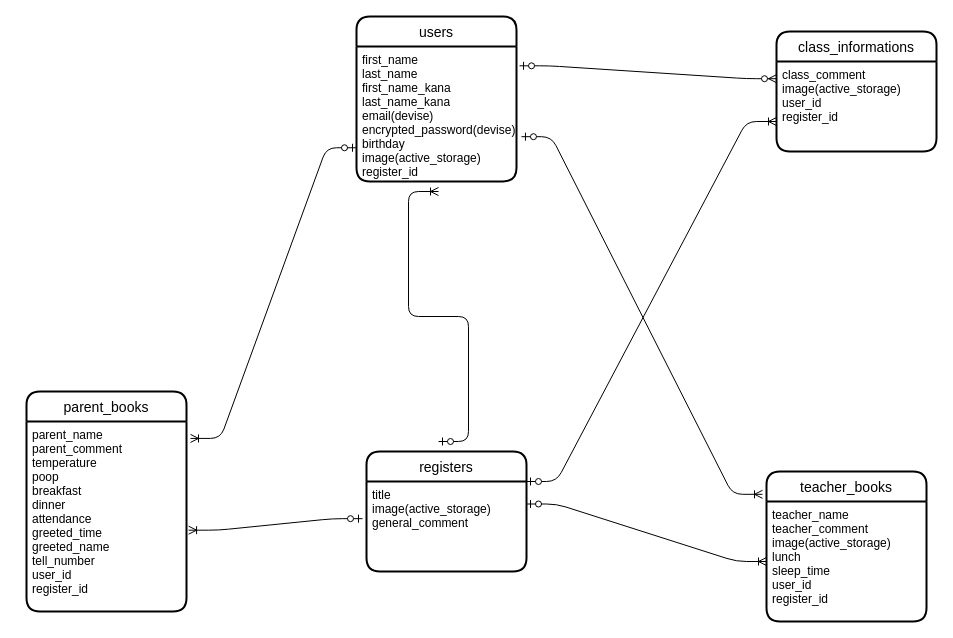
Earlier version of the draw.io diagram page "ページ1" (1 of 2) of app/contact.dio (JukiyaKikuchi/contact). Source tidied: cells renumbered, new cells numbered last; positions are measured from the earlier drawing's top-left corner, leaving out a move shared by most shapes. Both pictures are drawn from the tidied source at 100%, with x=0, y=0 at pixel (26, 16).
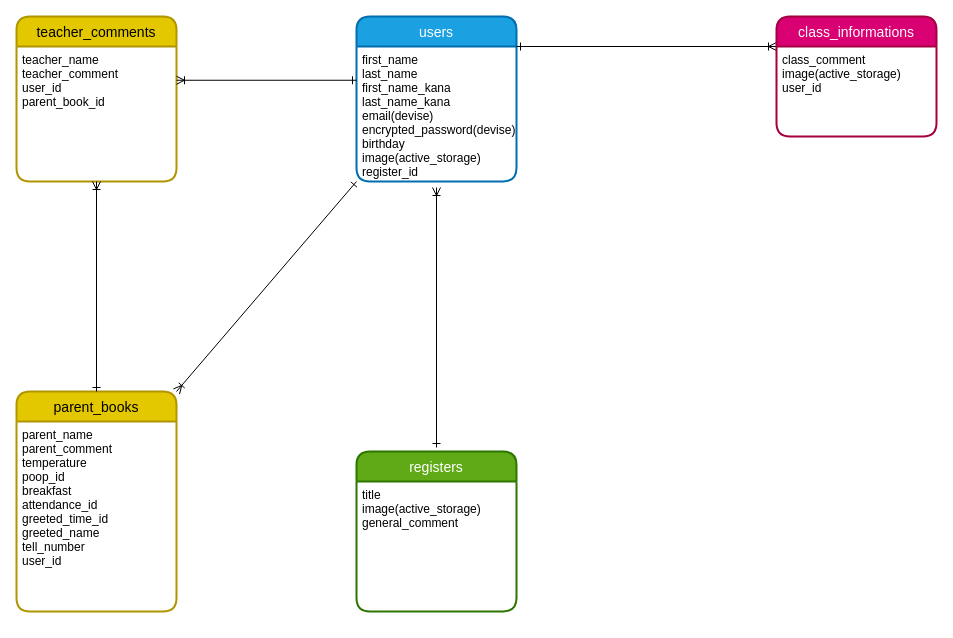
The same page after the edit.

Unchanged cells that the change refers to:
```xml
<mxCell id="3" value="first_name&#10;last_name&#10;first_name_kana&#10;last_name_kana&#10;email(devise)&#10;encrypted_password(devise)&#10;birthday&#10;image(active_storage)&#10;register_id" style="align=left;strokeColor=none;fillColor=none;spacingLeft=4;fontSize=12;verticalAlign=top;" parent="2" vertex="1">
  <mxGeometry y="30" width="160" height="135" as="geometry" />
</mxCell>
```

The edit, as a diff of the source:
```diff
@@
-    <mxCell id="2" value="users" style="swimlane;horizontal=1;startSize=30;rounded=1;fontSize=14;fontStyle=0;strokeWidth=2;shadow=0;dashed=0;align=center;" parent="1" vertex="1">
+    <mxCell id="2" value="users" style="swimlane;horizontal=1;startSize=30;rounded=1;fontSize=14;fontStyle=0;strokeWidth=2;shadow=0;dashed=0;align=center;fillColor=#1ba1e2;fontColor=#ffffff;strokeColor=#006EAF;" parent="1" vertex="1">
       <mxGeometry x="330" width="160" height="165" as="geometry" />
     </mxCell>
@@
+    <mxCell id="19" style="edgeStyle=none;shape=connector;rounded=1;html=1;exitX=0;exitY=0;exitDx=0;exitDy=0;entryX=1;entryY=0;entryDx=0;entryDy=0;labelBackgroundColor=default;fontFamily=Helvetica;fontSize=11;fontColor=default;startArrow=ERoneToMany;startFill=0;endArrow=ERone;endFill=0;strokeColor=default;" parent="1" edge="1" source="5" target="3">
+      <mxGeometry relative="1" as="geometry" />
+    </mxCell>
-    <mxCell id="4" value="class_informations" style="swimlane;horizontal=1;startSize=30;rounded=1;fontSize=14;fontStyle=0;strokeWidth=2;shadow=0;dashed=0;align=center;" parent="1" vertex="1">
-      <mxGeometry x="750" y="15" width="160" height="120" as="geometry" />
+    <mxCell id="4" value="class_informations" style="swimlane;horizontal=1;startSize=30;rounded=1;fontSize=14;fontStyle=0;strokeWidth=2;shadow=0;dashed=0;align=center;fillColor=#d80073;fontColor=#ffffff;strokeColor=#A50040;" parent="1" vertex="1">
+      <mxGeometry x="750" width="160" height="120" as="geometry" />
     </mxCell>
-    <mxCell id="5" value="class_comment&#10;image(active_storage)&#10;user_id&#10;register_id" style="align=left;strokeColor=none;fillColor=none;spacingLeft=4;fontSize=12;verticalAlign=top;" parent="4" vertex="1">
+    <mxCell id="5" value="class_comment&#10;image(active_storage)&#10;user_id&#10;" style="align=left;strokeColor=none;fillColor=none;spacingLeft=4;fontSize=12;verticalAlign=top;" parent="4" vertex="1">
       <mxGeometry y="30" width="160" height="90" as="geometry" />
     </mxCell>
+    <mxCell id="20" style="edgeStyle=none;shape=connector;rounded=1;html=1;exitX=1;exitY=0;exitDx=0;exitDy=0;entryX=0;entryY=1;entryDx=0;entryDy=0;labelBackgroundColor=default;fontFamily=Helvetica;fontSize=11;fontColor=default;startArrow=ERoneToMany;startFill=0;endArrow=ERone;endFill=0;strokeColor=default;" parent="1" edge="1" source="6" target="3">
+      <mxGeometry relative="1" as="geometry" />
+    </mxCell>
-    <mxCell id="6" value="parent_books" style="swimlane;horizontal=1;startSize=30;rounded=1;fontSize=14;fontStyle=0;strokeWidth=2;shadow=0;dashed=0;align=center;" parent="1" vertex="1">
-      <mxGeometry y="375" width="160" height="220" as="geometry" />
+    <mxCell id="6" value="parent_books" style="swimlane;horizontal=1;startSize=30;rounded=1;fontSize=14;fontStyle=0;strokeWidth=2;shadow=0;dashed=0;align=center;fillColor=#e3c800;fontColor=#000000;strokeColor=#B09500;" parent="1" vertex="1">
+      <mxGeometry x="-10" y="375" width="160" height="220" as="geometry" />
     </mxCell>
-    <mxCell id="7" value="parent_name&#10;parent_comment&#10;temperature&#10;poop&#10;breakfast&#10;dinner&#10;attendance&#10;greeted_time&#10;greeted_name&#10;tell_number&#10;user_id&#10;register_id" style="align=left;strokeColor=none;fillColor=none;spacingLeft=4;fontSize=12;verticalAlign=top;" parent="6" vertex="1">
+    <mxCell id="7" value="parent_name&#10;parent_comment&#10;temperature&#10;poop_id&#10;breakfast&#10;attendance_id&#10;greeted_time_id&#10;greeted_name&#10;tell_number&#10;user_id&#10;" style="align=left;strokeColor=none;fillColor=none;spacingLeft=4;fontSize=12;verticalAlign=top;" parent="6" vertex="1">
       <mxGeometry y="30" width="160" height="190" as="geometry" />
     </mxCell>
-    <mxCell id="8" value="teacher_books" style="swimlane;horizontal=1;startSize=30;rounded=1;fontSize=14;fontStyle=0;strokeWidth=2;shadow=0;dashed=0;align=center;" parent="1" vertex="1">
-      <mxGeometry x="740" y="455" width="160" height="150" as="geometry" />
+    <mxCell id="8" value="teacher_comments" style="swimlane;horizontal=1;startSize=30;rounded=1;fontSize=14;fontStyle=0;strokeWidth=2;shadow=0;dashed=0;align=center;fillColor=#e3c800;fontColor=#000000;strokeColor=#B09500;" parent="1" vertex="1">
+      <mxGeometry x="-10" width="160" height="165" as="geometry" />
     </mxCell>
-    <mxCell id="9" value="teacher_name&#10;teacher_comment&#10;image(active_storage)&#10;lunch&#10;sleep_time&#10;user_id&#10;register_id" style="align=left;strokeColor=none;fillColor=none;spacingLeft=4;fontSize=12;verticalAlign=top;" parent="8" vertex="1">
-      <mxGeometry y="30" width="160" height="120" as="geometry" />
+    <mxCell id="9" value="teacher_name&#10;teacher_comment&#10;user_id&#10;parent_book_id" style="align=left;strokeColor=none;fillColor=none;spacingLeft=4;fontSize=12;verticalAlign=top;" parent="8" vertex="1">
+      <mxGeometry y="30" width="160" height="135" as="geometry" />
     </mxCell>
-    <mxCell id="10" value="registers" style="swimlane;horizontal=1;startSize=30;rounded=1;fontSize=14;fontStyle=0;strokeWidth=2;shadow=0;dashed=0;align=center;" parent="1" vertex="1">
-      <mxGeometry x="340" y="435" width="160" height="120" as="geometry" />
+    <mxCell id="10" value="registers" style="swimlane;horizontal=1;startSize=30;rounded=1;fontSize=14;fontStyle=0;strokeWidth=2;shadow=0;dashed=0;align=center;fillColor=#60a917;fontColor=#ffffff;strokeColor=#2D7600;" parent="1" vertex="1">
+      <mxGeometry x="330" y="435" width="160" height="160" as="geometry" />
     </mxCell>
     <mxCell id="11" value="title&#10;image(active_storage)&#10;general_comment&#10;" style="align=left;strokeColor=none;fillColor=none;spacingLeft=4;fontSize=12;verticalAlign=top;" parent="10" vertex="1">
-      <mxGeometry y="30" width="160" height="90" as="geometry" />
+      <mxGeometry y="30" width="160" height="130" as="geometry" />
     </mxCell>
-    <mxCell id="12" style="edgeStyle=entityRelationEdgeStyle;fontSize=12;html=1;endArrow=ERzeroToMany;startArrow=ERzeroToOne;exitX=1.019;exitY=0.143;exitDx=0;exitDy=0;entryX=0;entryY=0.191;entryDx=0;entryDy=0;exitPerimeter=0;entryPerimeter=0;" parent="1" edge="1" source="3" target="5">
-      <mxGeometry relative="1" as="geometry" />
-    </mxCell>
-    <mxCell id="13" style="edgeStyle=entityRelationEdgeStyle;fontSize=12;html=1;endArrow=ERoneToMany;startArrow=ERzeroToOne;exitX=0;exitY=0.75;exitDx=0;exitDy=0;entryX=1.025;entryY=0.089;entryDx=0;entryDy=0;entryPerimeter=0;" parent="1" edge="1" source="3" target="7">
-      <mxGeometry relative="1" as="geometry" />
-    </mxCell>
-    <mxCell id="14" style="edgeStyle=entityRelationEdgeStyle;fontSize=12;html=1;endArrow=ERoneToMany;startArrow=ERzeroToOne;entryX=-0.025;entryY=0.152;entryDx=0;entryDy=0;exitX=1.031;exitY=0.668;exitDx=0;exitDy=0;exitPerimeter=0;entryPerimeter=0;" parent="1" edge="1" source="3" target="8">
-      <mxGeometry relative="1" as="geometry" />
-    </mxCell>
-    <mxCell id="15" style="edgeStyle=entityRelationEdgeStyle;fontSize=12;html=1;endArrow=ERoneToMany;startArrow=ERzeroToOne;entryX=1.013;entryY=0.572;entryDx=0;entryDy=0;entryPerimeter=0;exitX=-0.025;exitY=0.413;exitDx=0;exitDy=0;exitPerimeter=0;" parent="1" edge="1" source="11" target="7">
-      <mxGeometry relative="1" as="geometry" />
-    </mxCell>
-    <mxCell id="16" style="edgeStyle=entityRelationEdgeStyle;fontSize=12;html=1;endArrow=ERoneToMany;startArrow=ERzeroToOne;entryX=0;entryY=0.5;entryDx=0;entryDy=0;exitX=1;exitY=0.25;exitDx=0;exitDy=0;" parent="1" edge="1" source="11" target="9">
-      <mxGeometry relative="1" as="geometry" />
-    </mxCell>
-    <mxCell id="17" style="edgeStyle=entityRelationEdgeStyle;fontSize=12;html=1;endArrow=ERoneToMany;startArrow=ERzeroToOne;" parent="1" edge="1">
-      <mxGeometry relative="1" as="geometry">
-        <mxPoint x="412" y="425" as="sourcePoint" />
-        <mxPoint x="412" y="175" as="targetPoint" />
-      </mxGeometry>
-    </mxCell>
-    <mxCell id="18" style="edgeStyle=entityRelationEdgeStyle;fontSize=12;html=1;endArrow=ERoneToMany;startArrow=ERzeroToOne;entryX=0;entryY=0.75;entryDx=0;entryDy=0;" parent="1" edge="1" target="4">
-      <mxGeometry relative="1" as="geometry">
-        <mxPoint x="500" y="465" as="sourcePoint" />
-      </mxGeometry>
-    </mxCell>
+    <mxCell id="21" style="edgeStyle=none;shape=connector;rounded=1;html=1;entryX=0.5;entryY=0;entryDx=0;entryDy=0;labelBackgroundColor=default;fontFamily=Helvetica;fontSize=11;fontColor=default;startArrow=ERoneToMany;startFill=0;endArrow=ERone;endFill=0;strokeColor=default;" parent="1" edge="1">
+      <mxGeometry relative="1" as="geometry">
+        <mxPoint x="410" y="171" as="sourcePoint" />
+        <mxPoint x="410" y="431" as="targetPoint" />
+      </mxGeometry>
+    </mxCell>
+    <mxCell id="22" style="edgeStyle=none;html=1;exitX=1;exitY=0.25;exitDx=0;exitDy=0;entryX=0;entryY=0.25;entryDx=0;entryDy=0;endArrow=ERone;endFill=0;startArrow=ERoneToMany;startFill=0;" parent="1" edge="1" source="9" target="3">
+      <mxGeometry relative="1" as="geometry" />
+    </mxCell>
+    <mxCell id="23" style="edgeStyle=none;html=1;exitX=0.5;exitY=1;exitDx=0;exitDy=0;entryX=0.5;entryY=0;entryDx=0;entryDy=0;endArrow=ERone;endFill=0;startArrow=ERoneToMany;startFill=0;" parent="1" edge="1" source="9" target="6">
+      <mxGeometry relative="1" as="geometry" />
+    </mxCell>
```
